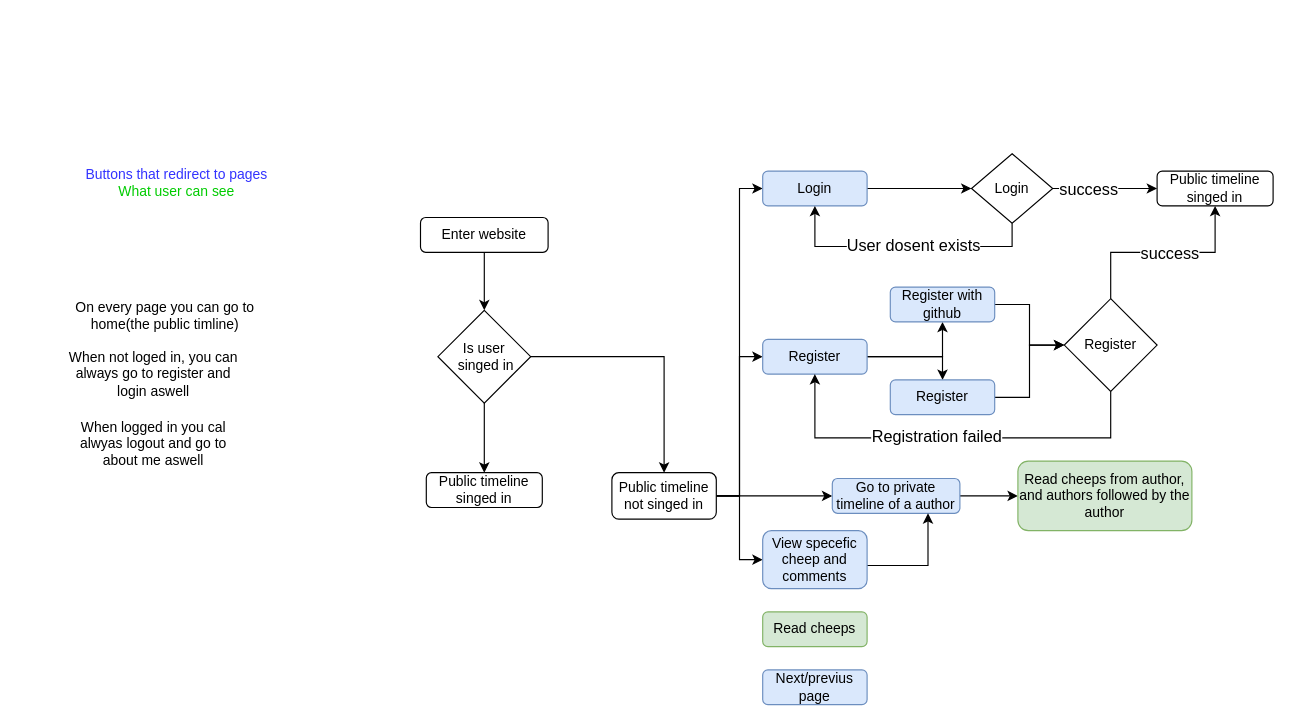
This is docs/models/UserActivitiesDiagram.drawio from ITU-BDSA2024-GROUP10/Chirp, a draw.io file, before an edit. Source tidied: cells renumbered, new cells numbered last; positions are measured from the earlier drawing's top-left corner, leaving out a move shared by most shapes. Both pictures are drawn from the tidied source at 116%, with x=0, y=0 at pixel (20, 153).
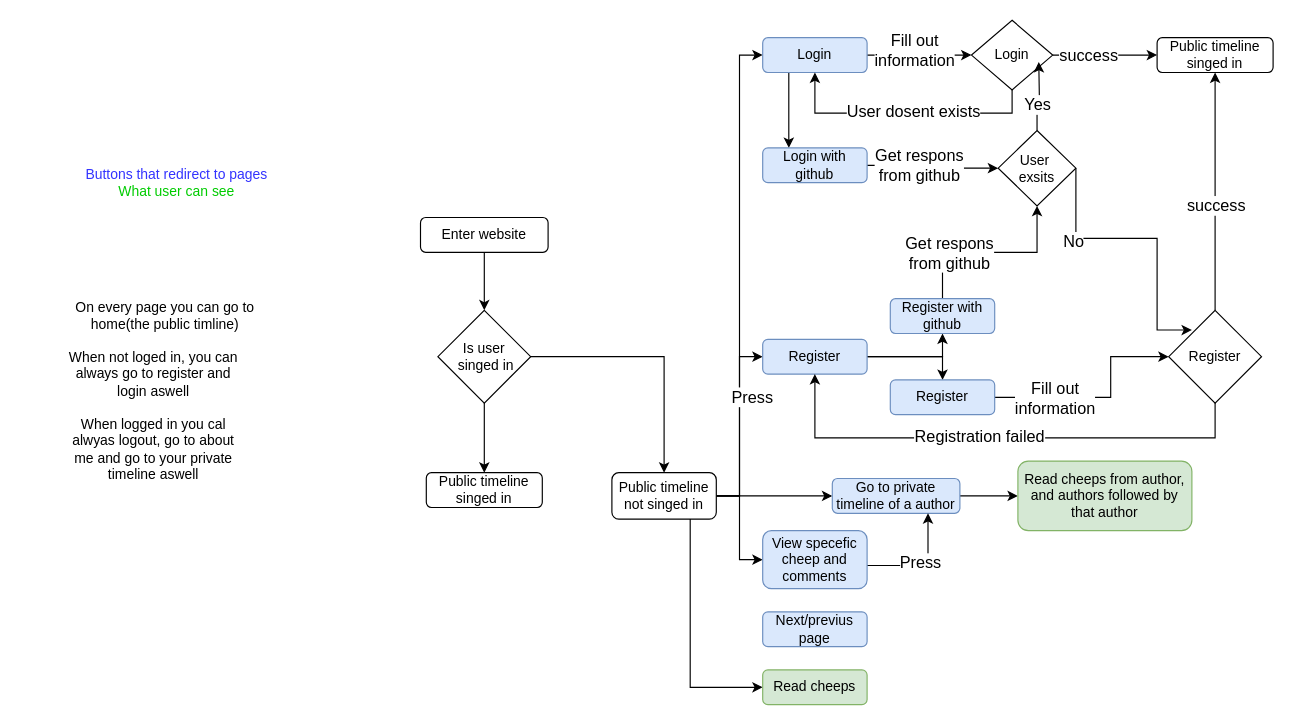
The same diagram, later.

Commit message (it also covers changes not shown here):
Updated login and register

Unchanged cells that the change refers to:
```xml
<mxCell id="11" style="edgeStyle=orthogonalEdgeStyle;rounded=0;jettySize=auto;html=1;entryX=0;entryY=0.5;entryDx=0;entryDy=0;" parent="1" edge="1" source="13" target="18">
  <mxGeometry relative="1" as="geometry" />
</mxCell>
<mxCell id="13" value="Public timeline not singed in" style="rounded=1;whiteSpace=wrap;html=1;" parent="1" vertex="1">
  <mxGeometry x="510" y="275" width="90" height="40" as="geometry" />
</mxCell>
<mxCell id="16" value="Register" style="rounded=1;whiteSpace=wrap;html=1;fillColor=#dae8fc;strokeColor=#6c8ebf;" parent="1" vertex="1">
  <mxGeometry x="640" y="160" width="90" height="30" as="geometry" />
</mxCell>
<mxCell id="17" style="edgeStyle=orthogonalEdgeStyle;rounded=0;jettySize=auto;html=1;" parent="1" edge="1" source="18" target="33">
  <mxGeometry relative="1" as="geometry" />
</mxCell>
<mxCell id="21" value="Go to private timeline of a author" style="rounded=1;whiteSpace=wrap;html=1;fillColor=#dae8fc;strokeColor=#6c8ebf;" parent="1" vertex="1">
  <mxGeometry x="700" y="280" width="110" height="30" as="geometry" />
</mxCell>
<mxCell id="24" style="edgeStyle=orthogonalEdgeStyle;rounded=0;jettySize=auto;html=1;entryX=0.75;entryY=1;entryDx=0;entryDy=0;" parent="1" edge="1" source="25" target="21">
  <mxGeometry relative="1" as="geometry">
    <Array as="points">
      <mxPoint x="782" y="355" />
    </Array>
  </mxGeometry>
</mxCell>
<mxCell id="38" value="Register" style="rounded=1;whiteSpace=wrap;html=1;fillColor=#dae8fc;strokeColor=#6c8ebf;" parent="1" vertex="1">
  <mxGeometry x="750" y="195" width="90" height="30" as="geometry" />
</mxCell>
<mxCell id="41" style="edgeStyle=orthogonalEdgeStyle;rounded=0;jettySize=auto;html=1;entryX=0.5;entryY=1;entryDx=0;entryDy=0;" parent="1" edge="1" source="43" target="34">
  <mxGeometry relative="1" as="geometry" />
</mxCell>
```

The edit, as a diff of the source:
```diff
@@
+    <mxCell id="12" style="edgeStyle=orthogonalEdgeStyle;rounded=0;jettySize=auto;html=1;" parent="1" edge="1" source="13" target="21">
+      <mxGeometry relative="1" as="geometry" />
+    </mxCell>
@@
-    <mxCell id="12" style="edgeStyle=orthogonalEdgeStyle;rounded=0;jettySize=auto;html=1;" parent="1" edge="1" source="13" target="21">
-      <mxGeometry relative="1" as="geometry" />
-    </mxCell>
+    <mxCell id="44" value="&lt;font style=&quot;font-size: 14px;&quot;&gt;Press&lt;/font&gt;" style="edgeLabel;html=1;align=center;verticalAlign=middle;" parent="11" vertex="1">
+      <mxGeometry x="0.48" relative="1" as="geometry">
+        <mxPoint x="10" y="205" as="offset" />
+      </mxGeometry>
+    </mxCell>
+    <mxCell id="45" style="edgeStyle=orthogonalEdgeStyle;rounded=0;jettySize=auto;html=1;entryX=0;entryY=0.5;entryDx=0;entryDy=0;exitX=0.75;exitY=1;exitDx=0;exitDy=0;" parent="1" edge="1" source="13" target="26">
+      <mxGeometry relative="1" as="geometry" />
+    </mxCell>
@@
+    <mxCell id="46" value="&lt;font style=&quot;font-size: 14px;&quot;&gt;Fill out &lt;br&gt;information&lt;/font&gt;" style="edgeLabel;html=1;align=center;verticalAlign=middle;" parent="17" vertex="1">
+      <mxGeometry x="-0.23" y="1" relative="1" as="geometry">
+        <mxPoint x="5" y="-4" as="offset" />
+      </mxGeometry>
+    </mxCell>
+    <mxCell id="47" style="edgeStyle=orthogonalEdgeStyle;rounded=0;jettySize=auto;html=1;exitX=0.25;exitY=1;exitDx=0;exitDy=0;" parent="1" edge="1" source="18" target="54">
+      <mxGeometry relative="1" as="geometry">
+        <Array as="points">
+          <mxPoint x="663" y="-15" />
+          <mxPoint x="663" y="-15" />
+        </Array>
+      </mxGeometry>
+    </mxCell>
     <mxCell id="18" value="Login" style="rounded=1;whiteSpace=wrap;html=1;fillColor=#dae8fc;strokeColor=#6c8ebf;" parent="1" vertex="1">
-      <mxGeometry x="640" y="15" width="90" height="30" as="geometry" />
+      <mxGeometry x="640" y="-100" width="90" height="30" as="geometry" />
     </mxCell>
@@
-    <mxCell id="23" value="When logged in you cal alwyas logout and go to about me aswell" style="text;html=1;align=center;verticalAlign=middle;whiteSpace=wrap;rounded=0;" parent="1" vertex="1">
-      <mxGeometry x="40" y="225" width="150" height="50" as="geometry" />
+    <mxCell id="23" value="When logged in you cal alwyas logout, go to about me and go to your private timeline aswell" style="text;html=1;align=center;verticalAlign=middle;whiteSpace=wrap;rounded=0;" parent="1" vertex="1">
+      <mxGeometry x="40" y="225" width="150" height="60" as="geometry" />
     </mxCell>
@@
+    <mxCell id="48" value="&lt;font style=&quot;font-size: 14px;&quot;&gt;Press&lt;/font&gt;" style="edgeLabel;html=1;align=center;verticalAlign=middle;" parent="24" vertex="1">
+      <mxGeometry x="-0.07" y="3" relative="1" as="geometry" />
+    </mxCell>
@@
     <mxCell id="26" value="Read cheeps" style="rounded=1;whiteSpace=wrap;html=1;fillColor=#d5e8d4;strokeColor=#82b366;" parent="1" vertex="1">
-      <mxGeometry x="640" y="395" width="90" height="30" as="geometry" />
+      <mxGeometry x="640" y="445" width="90" height="30" as="geometry" />
     </mxCell>
     <mxCell id="27" value="Next/previus page" style="rounded=1;whiteSpace=wrap;html=1;fillColor=#dae8fc;strokeColor=#6c8ebf;" parent="1" vertex="1">
-      <mxGeometry x="640" y="445" width="90" height="30" as="geometry" />
+      <mxGeometry x="640" y="395" width="90" height="30" as="geometry" />
     </mxCell>
-    <mxCell id="28" value="Read cheeps from author, and authors followed by the author" style="rounded=1;whiteSpace=wrap;html=1;fillColor=#d5e8d4;strokeColor=#82b366;" parent="1" vertex="1">
+    <mxCell id="28" value="Read cheeps from author, and authors followed by that&amp;nbsp;&lt;span style=&quot;background-color: initial;&quot;&gt;author&lt;/span&gt;" style="rounded=1;whiteSpace=wrap;html=1;fillColor=#d5e8d4;strokeColor=#82b366;" parent="1" vertex="1">
       <mxGeometry x="860" y="265" width="150" height="60" as="geometry" />
     </mxCell>
     <mxCell id="29" style="edgeStyle=orthogonalEdgeStyle;rounded=0;jettySize=auto;html=1;entryX=0.5;entryY=1;entryDx=0;entryDy=0;exitX=0.5;exitY=1;exitDx=0;exitDy=0;" parent="1" edge="1" source="33" target="18">
       <mxGeometry relative="1" as="geometry">
         <Array as="points">
-          <mxPoint x="855" y="80" />
-          <mxPoint x="685" y="80" />
+          <mxPoint x="855" y="-35" />
+          <mxPoint x="685" y="-35" />
         </Array>
       </mxGeometry>
     </mxCell>
@@
     <mxCell id="33" value="Login" style="rhombus;whiteSpace=wrap;html=1;" parent="1" vertex="1">
-      <mxGeometry x="820" width="70" height="60" as="geometry" />
+      <mxGeometry x="820" y="-115" width="70" height="60" as="geometry" />
     </mxCell>
     <mxCell id="34" value="Public timeline singed in" style="rounded=1;whiteSpace=wrap;html=1;" parent="1" vertex="1">
-      <mxGeometry x="980" y="15" width="100" height="30" as="geometry" />
+      <mxGeometry x="980" y="-100" width="100" height="30" as="geometry" />
     </mxCell>
-    <mxCell id="35" style="edgeStyle=orthogonalEdgeStyle;rounded=0;jettySize=auto;html=1;entryX=0;entryY=0.5;entryDx=0;entryDy=0;" parent="1" edge="1" source="36" target="43">
-      <mxGeometry relative="1" as="geometry" />
+    <mxCell id="35" style="edgeStyle=orthogonalEdgeStyle;rounded=0;jettySize=auto;html=1;exitX=0.5;exitY=0;exitDx=0;exitDy=0;entryX=0.5;entryY=1;entryDx=0;entryDy=0;" parent="1" edge="1" source="36" target="59">
+      <mxGeometry relative="1" as="geometry">
+        <Array as="points">
+          <mxPoint x="795" y="85" />
+          <mxPoint x="877" y="85" />
+        </Array>
+      </mxGeometry>
     </mxCell>
+    <mxCell id="49" value="&lt;font style=&quot;font-size: 14px;&quot;&gt;Get respons &lt;br&gt;from github&lt;/font&gt;" style="edgeLabel;html=1;align=center;verticalAlign=middle;" parent="35" vertex="1">
+      <mxGeometry x="-0.77" y="2" relative="1" as="geometry">
+        <mxPoint x="7" y="-21" as="offset" />
+      </mxGeometry>
+    </mxCell>
     <mxCell id="36" value="Register with github" style="rounded=1;whiteSpace=wrap;html=1;fillColor=#dae8fc;strokeColor=#6c8ebf;" parent="1" vertex="1">
-      <mxGeometry x="750" y="115" width="90" height="30" as="geometry" />
+      <mxGeometry x="750" y="125" width="90" height="30" as="geometry" />
     </mxCell>
     <mxCell id="37" style="edgeStyle=orthogonalEdgeStyle;rounded=0;jettySize=auto;html=1;entryX=0;entryY=0.5;entryDx=0;entryDy=0;" parent="1" edge="1" source="38" target="43">
-      <mxGeometry relative="1" as="geometry" />
+      <mxGeometry relative="1" as="geometry">
+        <Array as="points">
+          <mxPoint x="940" y="210" />
+          <mxPoint x="940" y="175" />
+        </Array>
+      </mxGeometry>
     </mxCell>
+    <mxCell id="50" value="&lt;font style=&quot;font-size: 14px;&quot;&gt;Fill out &lt;br&gt;information&lt;/font&gt;" style="edgeLabel;html=1;align=center;verticalAlign=middle;" parent="37" vertex="1">
+      <mxGeometry x="-0.71" relative="1" as="geometry">
+        <mxPoint x="24" as="offset" />
+      </mxGeometry>
+    </mxCell>
@@
-    <mxCell id="39" style="edgeStyle=orthogonalEdgeStyle;rounded=0;jettySize=auto;html=1;entryX=0.5;entryY=1;entryDx=0;entryDy=0;" parent="1" edge="1" source="43" target="16">
+    <mxCell id="39" style="edgeStyle=orthogonalEdgeStyle;rounded=0;jettySize=auto;html=1;entryX=0.5;entryY=1;entryDx=0;entryDy=0;exitX=0.5;exitY=1;exitDx=0;exitDy=0;" parent="1" edge="1" source="43" target="16">
       <mxGeometry relative="1" as="geometry">
         <Array as="points">
-          <mxPoint x="940" y="245" />
+          <mxPoint x="1030" y="245" />
           <mxPoint x="685" y="245" />
         </Array>
       </mxGeometry>
     </mxCell>
@@
     <mxCell id="42" value="&lt;span style=&quot;font-size: 14px;&quot;&gt;success&lt;/span&gt;" style="edgeLabel;html=1;align=center;verticalAlign=middle;" parent="41" vertex="1">
       <mxGeometry x="-0.09" y="2" relative="1" as="geometry">
-        <mxPoint x="13" y="2" as="offset" />
+        <mxPoint x="2" y="2" as="offset" />
       </mxGeometry>
     </mxCell>
     <mxCell id="43" value="Register" style="rhombus;whiteSpace=wrap;html=1;" parent="1" vertex="1">
-      <mxGeometry x="900" y="125" width="80" height="80" as="geometry" />
+      <mxGeometry x="990" y="135" width="80" height="80" as="geometry" />
     </mxCell>
+    <mxCell id="51" style="edgeStyle=orthogonalEdgeStyle;rounded=0;jettySize=auto;html=1;entryX=0;entryY=0.5;entryDx=0;entryDy=0;" parent="1" edge="1" source="54" target="59">
+      <mxGeometry relative="1" as="geometry" />
+    </mxCell>
+    <mxCell id="52" style="edgeLabel;html=1;align=center;verticalAlign=middle;" parent="51" vertex="1">
+      <mxGeometry x="-0.26" y="2" relative="1" as="geometry" />
+    </mxCell>
+    <mxCell id="53" value="&lt;span style=&quot;font-size: 14px;&quot;&gt;Get respons&lt;/span&gt;&lt;br style=&quot;font-size: 14px;&quot;&gt;&lt;span style=&quot;font-size: 14px;&quot;&gt;from github&lt;/span&gt;" style="edgeLabel;html=1;align=center;verticalAlign=middle;" parent="51" vertex="1">
+      <mxGeometry x="-0.23" y="1" relative="1" as="geometry" />
+    </mxCell>
+    <mxCell id="54" value="Login with github" style="rounded=1;whiteSpace=wrap;html=1;fillColor=#dae8fc;strokeColor=#6c8ebf;" parent="1" vertex="1">
+      <mxGeometry x="640" y="-5" width="90" height="30" as="geometry" />
+    </mxCell>
+    <mxCell id="55" style="edgeStyle=orthogonalEdgeStyle;rounded=0;jettySize=auto;html=1;exitX=0.5;exitY=0;exitDx=0;exitDy=0;" parent="1" edge="1" source="59">
+      <mxGeometry relative="1" as="geometry">
+        <mxPoint x="878" y="-79" as="targetPoint" />
+      </mxGeometry>
+    </mxCell>
+    <mxCell id="56" value="&lt;font style=&quot;font-size: 14px;&quot;&gt;Yes&lt;/font&gt;" style="edgeLabel;html=1;align=center;verticalAlign=middle;" parent="55" vertex="1">
+      <mxGeometry x="-0.38" y="-1" relative="1" as="geometry">
+        <mxPoint x="-1" y="-4" as="offset" />
+      </mxGeometry>
+    </mxCell>
+    <mxCell id="57" style="edgeStyle=orthogonalEdgeStyle;rounded=0;jettySize=auto;html=1;entryX=0;entryY=0;entryDx=0;entryDy=0;exitX=1;exitY=0.5;exitDx=0;exitDy=0;" parent="1" edge="1" source="59">
+      <mxGeometry relative="1" as="geometry">
+        <mxPoint x="1010" y="152" as="targetPoint" />
+        <Array as="points">
+          <mxPoint x="980" y="73" />
+          <mxPoint x="980" y="152" />
+        </Array>
+      </mxGeometry>
+    </mxCell>
+    <mxCell id="58" value="&lt;font style=&quot;font-size: 14px;&quot;&gt;No&lt;/font&gt;" style="edgeLabel;html=1;align=center;verticalAlign=middle;" parent="57" vertex="1">
+      <mxGeometry x="-0.21" y="-3" relative="1" as="geometry">
+        <mxPoint x="-37" y="-1" as="offset" />
+      </mxGeometry>
+    </mxCell>
+    <mxCell id="59" value="User&amp;nbsp;&lt;div&gt;exsits&lt;/div&gt;" style="rhombus;whiteSpace=wrap;html=1;" parent="1" vertex="1">
+      <mxGeometry x="843" y="-20" width="67" height="65" as="geometry" />
+    </mxCell>
```
